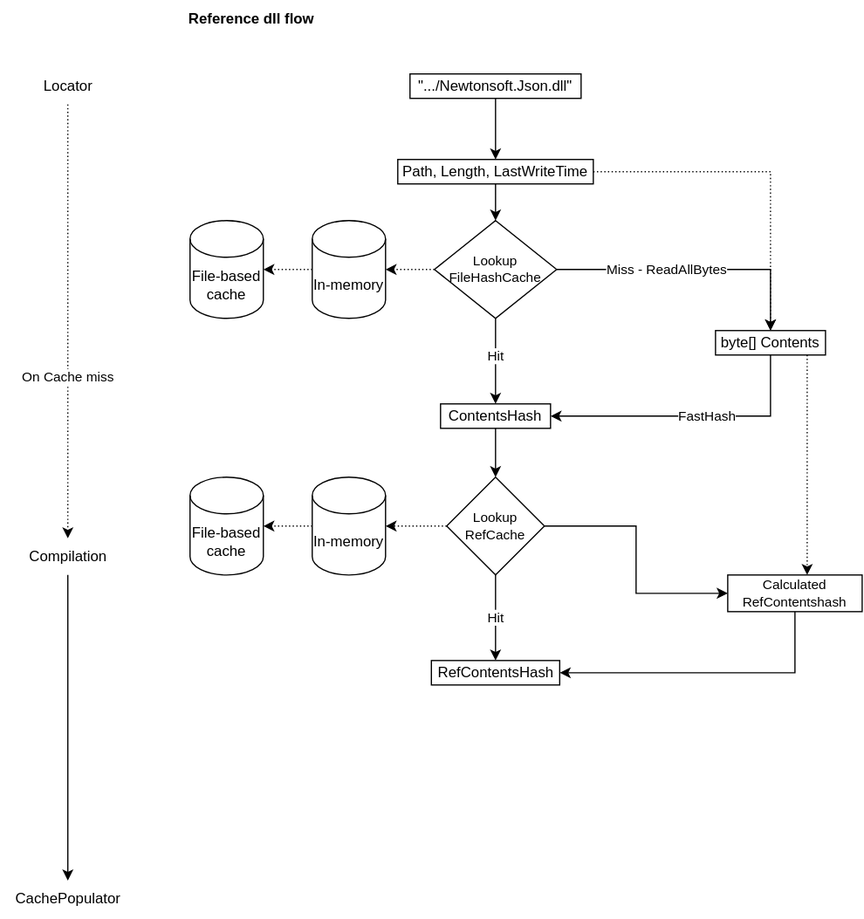
safesparrow/MSBuild.CompilerCache keeps this draw.io diagram as File processing.svg. Above is the earlier version. Source tidied: cells renumbered, new cells last; positions are measured from the earlier drawing's top-left corner, leaving out a move shared by most shapes. Source of this version:
```xml
<mxGraphModel>
  <root>
    <mxCell id="0" />
    <mxCell id="1" parent="0" />
    <mxCell id="2" style="edgeStyle=orthogonalEdgeStyle;rounded=0;jettySize=auto;html=1;entryX=0.5;entryY=0;entryDx=0;entryDy=0;" parent="1" edge="1" source="4" target="7">
      <mxGeometry relative="1" as="geometry" />
    </mxCell>
    <mxCell id="3" style="edgeStyle=orthogonalEdgeStyle;rounded=0;jettySize=auto;html=1;entryX=0.5;entryY=0;entryDx=0;entryDy=0;dashed=1;dashPattern=1 2;exitX=1;exitY=0.5;exitDx=0;exitDy=0;" parent="1" edge="1" source="7" target="11">
      <mxGeometry relative="1" as="geometry" />
    </mxCell>
    <mxCell id="4" value="&quot;.../Newtonsoft.Json.dll&quot;" style="rounded=0;whiteSpace=wrap;html=1;" parent="1" vertex="1">
      <mxGeometry x="335" y="60" width="140" height="20" as="geometry" />
    </mxCell>
    <mxCell id="5" value="Reference dll flow" style="text;html=1;align=center;verticalAlign=middle;strokeColor=none;fillColor=none;fontStyle=1;" parent="1" vertex="1">
      <mxGeometry x="140" width="130" height="30" as="geometry" />
    </mxCell>
    <mxCell id="6" style="edgeStyle=orthogonalEdgeStyle;rounded=0;jettySize=auto;html=1;entryX=0.5;entryY=0;entryDx=0;entryDy=0;" parent="1" edge="1" source="7" target="25">
      <mxGeometry relative="1" as="geometry" />
    </mxCell>
    <mxCell id="7" value="Path, Length, LastWriteTime" style="rounded=0;whiteSpace=wrap;html=1;" parent="1" vertex="1">
      <mxGeometry x="325" y="130" width="160" height="20" as="geometry" />
    </mxCell>
    <mxCell id="8" style="edgeStyle=orthogonalEdgeStyle;rounded=0;jettySize=auto;html=1;entryX=1;entryY=0.5;entryDx=0;entryDy=0;exitX=0.5;exitY=1;exitDx=0;exitDy=0;" parent="1" edge="1" source="11" target="13">
      <mxGeometry relative="1" as="geometry" />
    </mxCell>
    <mxCell id="9" value="FastHash" style="edgeLabel;html=1;align=center;verticalAlign=middle;fontSize=11;" parent="8" vertex="1">
      <mxGeometry x="-0.1" relative="1" as="geometry" />
    </mxCell>
    <mxCell id="10" style="edgeStyle=orthogonalEdgeStyle;rounded=0;jumpSize=13;jettySize=auto;html=1;fontSize=11;dashed=1;dashPattern=1 2;" parent="1" edge="1" source="11" target="39">
      <mxGeometry relative="1" as="geometry">
        <Array as="points">
          <mxPoint x="660" y="320" />
          <mxPoint x="660" y="320" />
        </Array>
      </mxGeometry>
    </mxCell>
    <mxCell id="11" value="byte[] Contents" style="rounded=0;whiteSpace=wrap;html=1;" parent="1" vertex="1">
      <mxGeometry x="585" y="270" width="90" height="20" as="geometry" />
    </mxCell>
    <mxCell id="12" style="edgeStyle=orthogonalEdgeStyle;rounded=0;jumpSize=13;jettySize=auto;html=1;entryX=0.5;entryY=0;entryDx=0;entryDy=0;fontSize=11;" parent="1" edge="1" source="13" target="31">
      <mxGeometry relative="1" as="geometry" />
    </mxCell>
    <mxCell id="13" value="ContentsHash" style="rounded=0;whiteSpace=wrap;html=1;" parent="1" vertex="1">
      <mxGeometry x="360" y="330" width="90" height="20" as="geometry" />
    </mxCell>
    <mxCell id="14" style="edgeStyle=orthogonalEdgeStyle;rounded=0;jettySize=auto;html=1;dashed=1;dashPattern=1 2;" parent="1" edge="1" source="16" target="19">
      <mxGeometry relative="1" as="geometry" />
    </mxCell>
    <mxCell id="15" value="On Cache miss" style="edgeLabel;html=1;align=center;verticalAlign=middle;" parent="14" vertex="1">
      <mxGeometry x="0.24" y="-1" relative="1" as="geometry">
        <mxPoint x="1" y="2" as="offset" />
      </mxGeometry>
    </mxCell>
    <mxCell id="16" value="Locator" style="text;html=1;align=center;verticalAlign=middle;points=[];strokeColor=none;fillColor=none;" parent="1" vertex="1">
      <mxGeometry x="25" y="55" width="60" height="30" as="geometry" />
    </mxCell>
    <mxCell id="17" value="CachePopulator" style="text;html=1;align=center;verticalAlign=middle;points=[];strokeColor=none;fillColor=none;" parent="1" vertex="1">
      <mxGeometry y="720" width="110" height="30" as="geometry" />
    </mxCell>
    <mxCell id="18" style="edgeStyle=orthogonalEdgeStyle;rounded=0;jettySize=auto;html=1;" parent="1" edge="1" source="19" target="17">
      <mxGeometry relative="1" as="geometry" />
    </mxCell>
    <mxCell id="19" value="Compilation" style="text;html=1;align=center;verticalAlign=middle;points=[];strokeColor=none;fillColor=none;" parent="1" vertex="1">
      <mxGeometry x="10" y="440" width="90" height="30" as="geometry" />
    </mxCell>
    <mxCell id="20" style="edgeStyle=orthogonalEdgeStyle;rounded=0;jettySize=auto;html=1;entryX=1;entryY=0.5;entryDx=0;entryDy=0;entryPerimeter=0;jumpSize=12;dashed=1;dashPattern=1 2;" parent="1" edge="1" source="25" target="28">
      <mxGeometry relative="1" as="geometry" />
    </mxCell>
    <mxCell id="21" style="edgeStyle=orthogonalEdgeStyle;rounded=0;jettySize=auto;html=1;entryX=0.5;entryY=0;entryDx=0;entryDy=0;fontSize=11;exitX=0.5;exitY=1;exitDx=0;exitDy=0;" parent="1" edge="1" source="25" target="13">
      <mxGeometry relative="1" as="geometry">
        <Array as="points">
          <mxPoint x="405" y="280" />
          <mxPoint x="405" y="280" />
        </Array>
      </mxGeometry>
    </mxCell>
    <mxCell id="22" value="Hit" style="edgeLabel;html=1;align=center;verticalAlign=middle;fontSize=11;" parent="21" vertex="1">
      <mxGeometry x="0.27" y="1" relative="1" as="geometry">
        <mxPoint x="-1" y="-14" as="offset" />
      </mxGeometry>
    </mxCell>
    <mxCell id="23" style="edgeStyle=orthogonalEdgeStyle;rounded=0;jettySize=auto;html=1;fontSize=11;entryX=0.5;entryY=0;entryDx=0;entryDy=0;" parent="1" edge="1" source="25" target="11">
      <mxGeometry relative="1" as="geometry" />
    </mxCell>
    <mxCell id="24" value="Miss - ReadAllBytes" style="edgeLabel;html=1;align=center;verticalAlign=middle;fontSize=11;" parent="23" vertex="1">
      <mxGeometry x="-0.21" relative="1" as="geometry" />
    </mxCell>
    <mxCell id="25" value="Lookup FileHashCache" style="rhombus;whiteSpace=wrap;html=1;fontSize=11;verticalAlign=middle;horizontal=1;" parent="1" vertex="1">
      <mxGeometry x="355" y="180" width="100" height="80" as="geometry" />
    </mxCell>
    <mxCell id="26" value="File-based cache" style="shape=cylinder3;whiteSpace=wrap;html=1;boundedLbl=1;backgroundOutline=1;size=15;" parent="1" vertex="1">
      <mxGeometry x="155" y="180" width="60" height="80" as="geometry" />
    </mxCell>
    <mxCell id="27" style="edgeStyle=orthogonalEdgeStyle;rounded=0;jettySize=auto;html=1;entryX=1;entryY=0.5;entryDx=0;entryDy=0;entryPerimeter=0;dashed=1;dashPattern=1 2;" parent="1" edge="1" source="28" target="26">
      <mxGeometry relative="1" as="geometry" />
    </mxCell>
    <mxCell id="28" value="In-memory" style="shape=cylinder3;whiteSpace=wrap;html=1;boundedLbl=1;backgroundOutline=1;size=15;" parent="1" vertex="1">
      <mxGeometry x="255" y="180" width="60" height="80" as="geometry" />
    </mxCell>
    <mxCell id="29" style="edgeStyle=orthogonalEdgeStyle;rounded=0;jumpSize=13;jettySize=auto;html=1;entryX=1;entryY=0.5;entryDx=0;entryDy=0;entryPerimeter=0;dashed=1;dashPattern=1 2;fontSize=11;" parent="1" edge="1" source="31" target="34">
      <mxGeometry relative="1" as="geometry" />
    </mxCell>
    <mxCell id="30" style="edgeStyle=orthogonalEdgeStyle;rounded=0;jumpSize=13;jettySize=auto;html=1;entryX=0;entryY=0.5;entryDx=0;entryDy=0;fontSize=11;" parent="1" edge="1" source="31" target="39">
      <mxGeometry relative="1" as="geometry" />
    </mxCell>
    <mxCell id="31" value="Lookup RefCache" style="rhombus;whiteSpace=wrap;html=1;fontSize=11;" parent="1" vertex="1">
      <mxGeometry x="365" y="390" width="80" height="80" as="geometry" />
    </mxCell>
    <mxCell id="32" value="File-based cache" style="shape=cylinder3;whiteSpace=wrap;html=1;boundedLbl=1;backgroundOutline=1;size=15;" parent="1" vertex="1">
      <mxGeometry x="155" y="390" width="60" height="80" as="geometry" />
    </mxCell>
    <mxCell id="33" style="edgeStyle=orthogonalEdgeStyle;rounded=0;jettySize=auto;html=1;entryX=1;entryY=0.5;entryDx=0;entryDy=0;entryPerimeter=0;dashed=1;dashPattern=1 2;" parent="1" edge="1" source="34" target="32">
      <mxGeometry relative="1" as="geometry" />
    </mxCell>
    <mxCell id="34" value="In-memory" style="shape=cylinder3;whiteSpace=wrap;html=1;boundedLbl=1;backgroundOutline=1;size=15;" parent="1" vertex="1">
      <mxGeometry x="255" y="390" width="60" height="80" as="geometry" />
    </mxCell>
    <mxCell id="35" value="RefContentsHash" style="rounded=0;whiteSpace=wrap;html=1;" parent="1" vertex="1">
      <mxGeometry x="352.5" y="540" width="105" height="20" as="geometry" />
    </mxCell>
    <mxCell id="36" style="endArrow=classic;html=1;rounded=0;fontSize=11;jumpSize=13;exitX=0.5;exitY=1;exitDx=0;exitDy=0;" parent="1" edge="1" target="35">
      <mxGeometry relative="1" as="geometry">
        <mxPoint x="405" y="470" as="sourcePoint" />
      </mxGeometry>
    </mxCell>
    <mxCell id="37" value="Hit" style="edgeLabel;html=1;align=center;verticalAlign=middle;fontSize=11;" parent="36" vertex="1">
      <mxGeometry relative="1" as="geometry" />
    </mxCell>
    <mxCell id="38" style="edgeStyle=orthogonalEdgeStyle;rounded=0;jumpSize=13;jettySize=auto;html=1;entryX=1;entryY=0.5;entryDx=0;entryDy=0;fontSize=11;" parent="1" edge="1" source="39" target="35">
      <mxGeometry relative="1" as="geometry">
        <Array as="points">
          <mxPoint x="650" y="550" />
        </Array>
      </mxGeometry>
    </mxCell>
    <mxCell id="39" value="Calculated RefContentshash" style="whiteSpace=wrap;html=1;fontSize=11;" parent="1" vertex="1">
      <mxGeometry x="595" y="470" width="110" height="30" as="geometry" />
    </mxCell>
  </root>
</mxGraphModel>
```
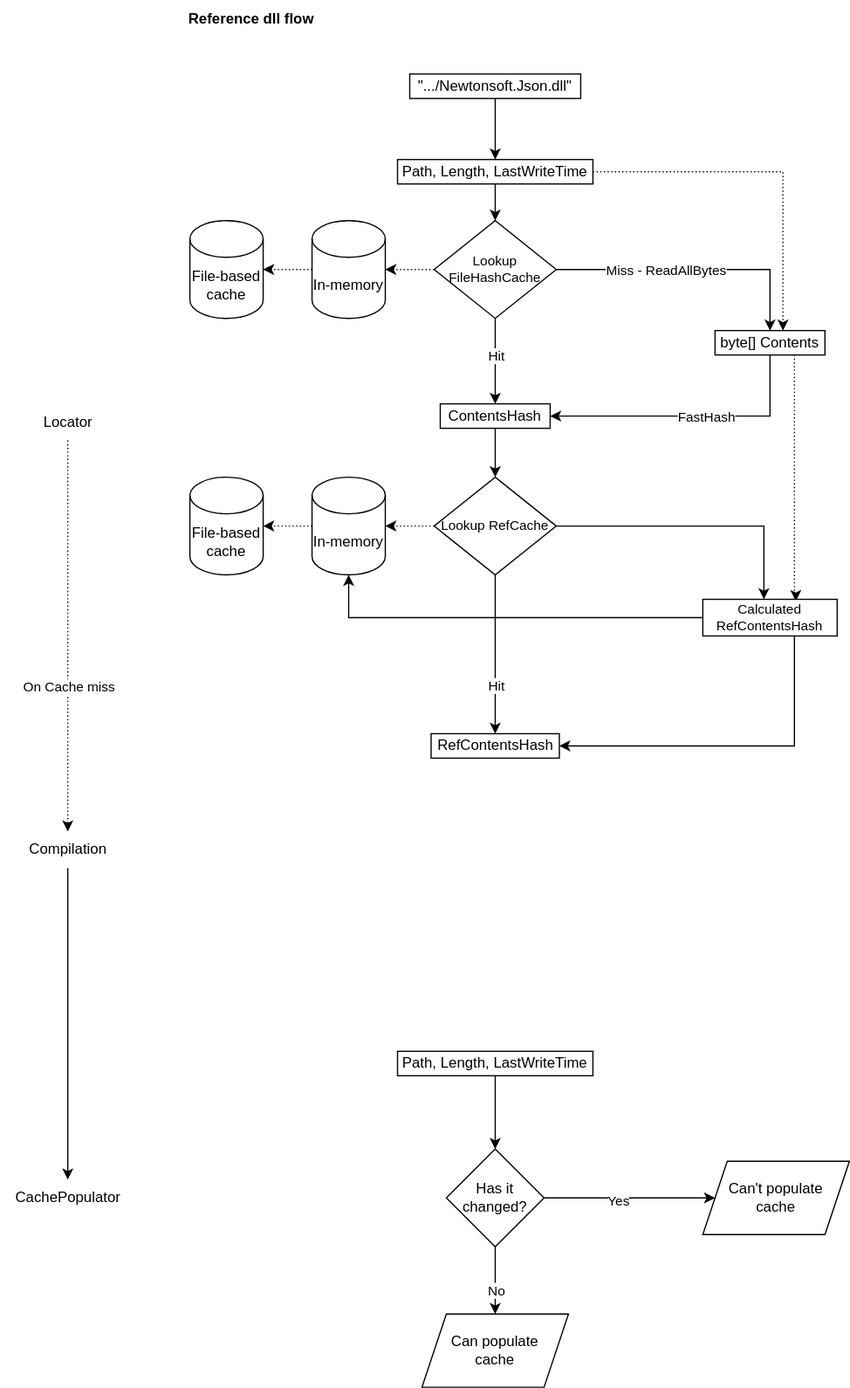
The same file after the commit.

Change to the diagram source:
```diff
@@ -5,7 +5,7 @@
     <mxCell id="2" style="edgeStyle=orthogonalEdgeStyle;rounded=0;jettySize=auto;html=1;entryX=0.5;entryY=0;entryDx=0;entryDy=0;" parent="1" edge="1" source="4" target="7">
       <mxGeometry relative="1" as="geometry" />
     </mxCell>
-    <mxCell id="3" style="edgeStyle=orthogonalEdgeStyle;rounded=0;jettySize=auto;html=1;entryX=0.5;entryY=0;entryDx=0;entryDy=0;dashed=1;dashPattern=1 2;exitX=1;exitY=0.5;exitDx=0;exitDy=0;" parent="1" edge="1" source="7" target="11">
+    <mxCell id="3" style="edgeStyle=orthogonalEdgeStyle;rounded=0;jettySize=auto;html=1;entryX=0.618;entryY=0.002;entryDx=0;entryDy=0;dashed=1;dashPattern=1 2;exitX=1;exitY=0.5;exitDx=0;exitDy=0;entryPerimeter=0;" parent="1" edge="1" source="7" target="11">
       <mxGeometry relative="1" as="geometry" />
     </mxCell>
     <mxCell id="4" value="&quot;.../Newtonsoft.Json.dll&quot;" style="rounded=0;whiteSpace=wrap;html=1;" parent="1" vertex="1">
@@ -26,11 +26,11 @@
     <mxCell id="9" value="FastHash" style="edgeLabel;html=1;align=center;verticalAlign=middle;fontSize=11;" parent="8" vertex="1">
       <mxGeometry x="-0.1" relative="1" as="geometry" />
     </mxCell>
-    <mxCell id="10" style="edgeStyle=orthogonalEdgeStyle;rounded=0;jumpSize=13;jettySize=auto;html=1;fontSize=11;dashed=1;dashPattern=1 2;" parent="1" edge="1" source="11" target="39">
+    <mxCell id="10" style="edgeStyle=orthogonalEdgeStyle;rounded=0;jumpSize=13;jettySize=auto;html=1;entryX=0.694;entryY=0.049;entryDx=0;entryDy=0;fontSize=11;elbow=vertical;dashed=1;dashPattern=1 2;entryPerimeter=0;" parent="1" edge="1" source="11" target="39">
       <mxGeometry relative="1" as="geometry">
         <Array as="points">
-          <mxPoint x="660" y="320" />
-          <mxPoint x="660" y="320" />
+          <mxPoint x="650" y="490" />
+          <mxPoint x="651" y="490" />
         </Array>
       </mxGeometry>
     </mxCell>
@@ -52,16 +52,16 @@
       </mxGeometry>
     </mxCell>
     <mxCell id="16" value="Locator" style="text;html=1;align=center;verticalAlign=middle;points=[];strokeColor=none;fillColor=none;" parent="1" vertex="1">
-      <mxGeometry x="25" y="55" width="60" height="30" as="geometry" />
+      <mxGeometry x="25" y="330" width="60" height="30" as="geometry" />
     </mxCell>
     <mxCell id="17" value="CachePopulator" style="text;html=1;align=center;verticalAlign=middle;points=[];strokeColor=none;fillColor=none;" parent="1" vertex="1">
-      <mxGeometry y="720" width="110" height="30" as="geometry" />
+      <mxGeometry y="965" width="110" height="30" as="geometry" />
     </mxCell>
     <mxCell id="18" style="edgeStyle=orthogonalEdgeStyle;rounded=0;jettySize=auto;html=1;" parent="1" edge="1" source="19" target="17">
       <mxGeometry relative="1" as="geometry" />
     </mxCell>
     <mxCell id="19" value="Compilation" style="text;html=1;align=center;verticalAlign=middle;points=[];strokeColor=none;fillColor=none;" parent="1" vertex="1">
-      <mxGeometry x="10" y="440" width="90" height="30" as="geometry" />
+      <mxGeometry x="10" y="680" width="90" height="30" as="geometry" />
     </mxCell>
     <mxCell id="20" style="edgeStyle=orthogonalEdgeStyle;rounded=0;jettySize=auto;html=1;entryX=1;entryY=0.5;entryDx=0;entryDy=0;entryPerimeter=0;jumpSize=12;dashed=1;dashPattern=1 2;" parent="1" edge="1" source="25" target="28">
       <mxGeometry relative="1" as="geometry" />
@@ -100,11 +100,15 @@
     <mxCell id="29" style="edgeStyle=orthogonalEdgeStyle;rounded=0;jumpSize=13;jettySize=auto;html=1;entryX=1;entryY=0.5;entryDx=0;entryDy=0;entryPerimeter=0;dashed=1;dashPattern=1 2;fontSize=11;" parent="1" edge="1" source="31" target="34">
       <mxGeometry relative="1" as="geometry" />
     </mxCell>
-    <mxCell id="30" style="edgeStyle=orthogonalEdgeStyle;rounded=0;jumpSize=13;jettySize=auto;html=1;entryX=0;entryY=0.5;entryDx=0;entryDy=0;fontSize=11;" parent="1" edge="1" source="31" target="39">
-      <mxGeometry relative="1" as="geometry" />
+    <mxCell id="30" style="edgeStyle=orthogonalEdgeStyle;rounded=0;jumpSize=13;jettySize=auto;html=1;fontSize=11;" parent="1" edge="1" source="31" target="39">
+      <mxGeometry relative="1" as="geometry">
+        <Array as="points">
+          <mxPoint x="625" y="430" />
+        </Array>
+      </mxGeometry>
     </mxCell>
     <mxCell id="31" value="Lookup RefCache" style="rhombus;whiteSpace=wrap;html=1;fontSize=11;" parent="1" vertex="1">
-      <mxGeometry x="365" y="390" width="80" height="80" as="geometry" />
+      <mxGeometry x="355" y="390" width="100" height="80" as="geometry" />
     </mxCell>
     <mxCell id="32" value="File-based cache" style="shape=cylinder3;whiteSpace=wrap;html=1;boundedLbl=1;backgroundOutline=1;size=15;" parent="1" vertex="1">
       <mxGeometry x="155" y="390" width="60" height="80" as="geometry" />
@@ -116,7 +120,7 @@
       <mxGeometry x="255" y="390" width="60" height="80" as="geometry" />
     </mxCell>
     <mxCell id="35" value="RefContentsHash" style="rounded=0;whiteSpace=wrap;html=1;" parent="1" vertex="1">
-      <mxGeometry x="352.5" y="540" width="105" height="20" as="geometry" />
+      <mxGeometry x="352.5" y="600" width="105" height="20" as="geometry" />
     </mxCell>
     <mxCell id="36" style="endArrow=classic;html=1;rounded=0;fontSize=11;jumpSize=13;exitX=0.5;exitY=1;exitDx=0;exitDy=0;" parent="1" edge="1" target="35">
       <mxGeometry relative="1" as="geometry">
@@ -124,17 +128,53 @@
       </mxGeometry>
     </mxCell>
     <mxCell id="37" value="Hit" style="edgeLabel;html=1;align=center;verticalAlign=middle;fontSize=11;" parent="36" vertex="1">
-      <mxGeometry relative="1" as="geometry" />
+      <mxGeometry relative="1" as="geometry">
+        <mxPoint y="25" as="offset" />
+      </mxGeometry>
     </mxCell>
     <mxCell id="38" style="edgeStyle=orthogonalEdgeStyle;rounded=0;jumpSize=13;jettySize=auto;html=1;entryX=1;entryY=0.5;entryDx=0;entryDy=0;fontSize=11;" parent="1" edge="1" source="39" target="35">
       <mxGeometry relative="1" as="geometry">
         <Array as="points">
-          <mxPoint x="650" y="550" />
+          <mxPoint x="650" y="610" />
         </Array>
       </mxGeometry>
     </mxCell>
+    <mxCell id="40" style="edgeStyle=orthogonalEdgeStyle;rounded=0;jumpSize=13;jettySize=auto;html=1;entryX=0.5;entryY=1;entryDx=0;entryDy=0;entryPerimeter=0;fontSize=11;elbow=vertical;" parent="1" edge="1" source="39" target="34">
+      <mxGeometry relative="1" as="geometry" />
+    </mxCell>
-    <mxCell id="39" value="Calculated RefContentshash" style="whiteSpace=wrap;html=1;fontSize=11;" parent="1" vertex="1">
-      <mxGeometry x="595" y="470" width="110" height="30" as="geometry" />
+    <mxCell id="39" value="Calculated RefContentsHash" style="whiteSpace=wrap;html=1;fontSize=11;" parent="1" vertex="1">
+      <mxGeometry x="575" y="490" width="110" height="30" as="geometry" />
     </mxCell>
+    <mxCell id="41" style="edgeStyle=orthogonalEdgeStyle;rounded=0;jettySize=auto;html=1;" parent="1" edge="1" source="45" target="48">
+      <mxGeometry relative="1" as="geometry" />
+    </mxCell>
+    <mxCell id="42" value="Yes" style="edgeLabel;html=1;align=center;verticalAlign=middle;" parent="41" vertex="1">
+      <mxGeometry x="-0.72" y="-2" relative="1" as="geometry">
+        <mxPoint x="41" as="offset" />
+      </mxGeometry>
+    </mxCell>
+    <mxCell id="43" style="edgeStyle=orthogonalEdgeStyle;rounded=0;jettySize=auto;html=1;entryX=0.5;entryY=0;entryDx=0;entryDy=0;" parent="1" edge="1" source="45" target="49">
+      <mxGeometry relative="1" as="geometry" />
+    </mxCell>
+    <mxCell id="44" value="No" style="edgeLabel;html=1;align=center;verticalAlign=middle;" parent="43" vertex="1">
+      <mxGeometry x="-0.76" y="3" relative="1" as="geometry">
+        <mxPoint x="-3" y="28" as="offset" />
+      </mxGeometry>
+    </mxCell>
+    <mxCell id="45" value="Has it changed?" style="rhombus;whiteSpace=wrap;html=1;" parent="1" vertex="1">
+      <mxGeometry x="365" y="940" width="80" height="80" as="geometry" />
+    </mxCell>
+    <mxCell id="46" style="edgeStyle=orthogonalEdgeStyle;rounded=0;jettySize=auto;html=1;entryX=0.5;entryY=0;entryDx=0;entryDy=0;" parent="1" edge="1" source="47" target="45">
+      <mxGeometry relative="1" as="geometry" />
+    </mxCell>
+    <mxCell id="47" value="Path, Length, LastWriteTime" style="rounded=0;whiteSpace=wrap;html=1;" parent="1" vertex="1">
+      <mxGeometry x="325" y="860" width="160" height="20" as="geometry" />
+    </mxCell>
+    <mxCell id="48" value="Can't populate &lt;br&gt;cache" style="shape=parallelogram;perimeter=parallelogramPerimeter;whiteSpace=wrap;html=1;fixedSize=1;" parent="1" vertex="1">
+      <mxGeometry x="575" y="950" width="120" height="60" as="geometry" />
+    </mxCell>
+    <mxCell id="49" value="Can populate&lt;br&gt;cache" style="shape=parallelogram;perimeter=parallelogramPerimeter;whiteSpace=wrap;html=1;fixedSize=1;" parent="1" vertex="1">
+      <mxGeometry x="345" y="1075" width="120" height="60" as="geometry" />
+    </mxCell>
   </root>
 </mxGraphModel>
```
